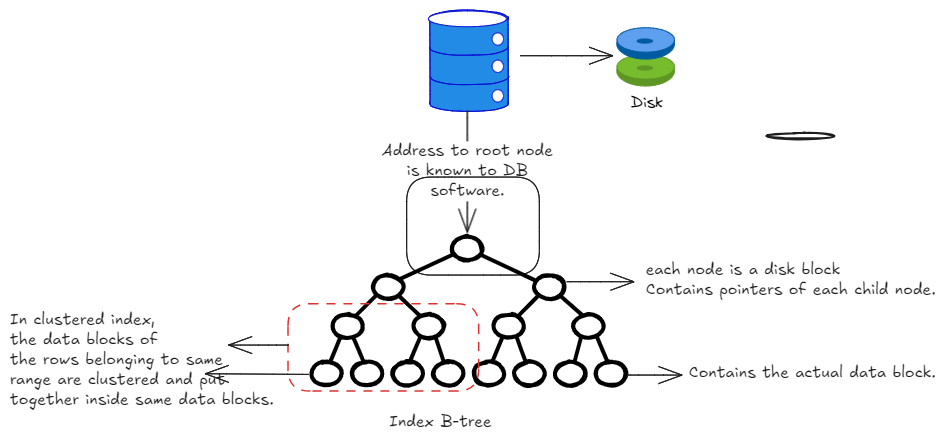
Before: static/img/database-indexes.excalidraw.png, a diagram exported from Excalidraw (swaroopar/inprogress-engineer). Source tidied: one line per element, renumbered; positions are measured from the earlier drawing's top-left corner, leaving out a move shared by most shapes.
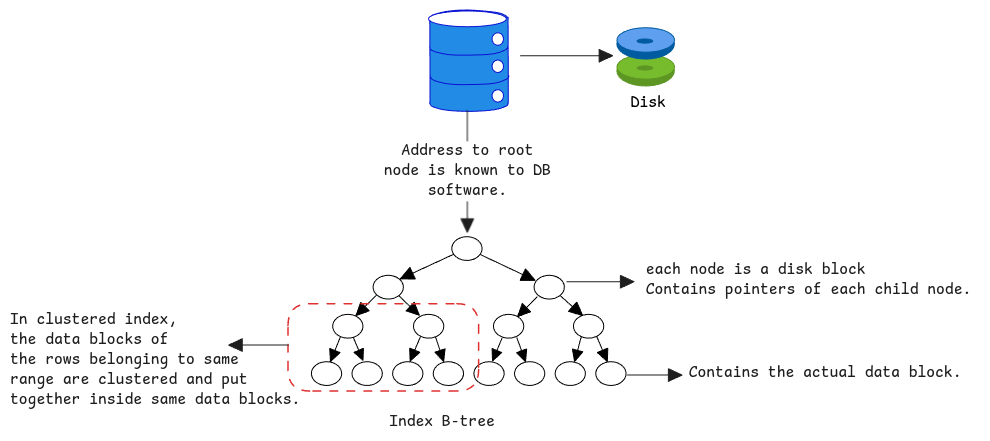
The same file after the commit.

The edit, as a diff of the source:
```diff
@@ -1,6 +1,6 @@
-{"id": 0, "type": "line", "strokeColor": "#0a11d3", "backgroundColor": "#228be6", "fillStyle": "solid", "strokeWidth": 1, "roughness": 0, "round": true, "x": 420, "y": 8, "width": 78, "height": 101, "points": [[0, 0], [0, 77], [0, 85], [4, 89], [18, 92], [42, 93], [64, 92], [77, 88], [78, 85], [78, 78], [78, 6], [78, 0], [73, -4], [62, -6], [38, -8], [19, -7], [3, -3], [0, 0], [0, 0]]}
+{"id": 0, "type": "line", "strokeColor": "#0a11d3", "backgroundColor": "#228be6", "fillStyle": "solid", "strokeWidth": 1, "roughness": 0, "endArrowhead": "triangle", "round": true, "x": 420, "y": 8, "width": 78, "height": 101, "points": [[0, 0], [0, 77], [0, 85], [4, 89], [18, 92], [42, 93], [64, 92], [77, 88], [78, 85], [78, 78], [78, 6], [78, 0], [73, -4], [62, -6], [38, -8], [19, -7], [3, -3], [0, 0], [0, 0]]}
-{"id": 1, "type": "line", "strokeColor": "#0a11d3", "strokeWidth": 1, "roughness": 0, "round": true, "x": 420, "y": 66, "width": 79, "height": 9, "points": [[0, 0], [2, 3], [11, 6], [23, 8], [41, 8], [63, 7], [76, 3], [79, 0]]}
+{"id": 1, "type": "line", "strokeColor": "#0a11d3", "strokeWidth": 1, "roughness": 0, "endArrowhead": "triangle", "round": true, "x": 420, "y": 66, "width": 79, "height": 9, "points": [[0, 0], [2, 3], [11, 6], [23, 8], [41, 8], [63, 7], [76, 3], [79, 0]]}
-{"id": 2, "type": "line", "strokeColor": "#0a11d3", "strokeWidth": 1, "roughness": 0, "round": true, "x": 419, "y": 37, "width": 79, "height": 9, "points": [[0, 0], [2, 3], [11, 6], [23, 8], [41, 8], [63, 7], [76, 3], [79, 0]]}
+{"id": 2, "type": "line", "strokeColor": "#0a11d3", "strokeWidth": 1, "roughness": 0, "endArrowhead": "triangle", "round": true, "x": 419, "y": 37, "width": 79, "height": 9, "points": [[0, 0], [2, 3], [11, 6], [23, 8], [41, 8], [63, 7], [76, 3], [79, 0]]}
 {"id": 3, "type": "ellipse", "strokeColor": "#0a11d3", "backgroundColor": "#fff", "fillStyle": "solid", "strokeWidth": 1, "roughness": 0, "x": 418, "y": 1, "width": 78, "height": 16}
 {"id": 4, "type": "ellipse", "strokeColor": "#0a11d3", "backgroundColor": "#fff", "fillStyle": "solid", "strokeWidth": 1, "roughness": 0, "x": 482, "y": 23, "width": 11, "height": 12}
 {"id": 5, "type": "ellipse", "strokeColor": "#0a11d3", "backgroundColor": "#fff", "fillStyle": "solid", "strokeWidth": 1, "roughness": 0, "x": 482, "y": 50, "width": 11, "height": 12}
@@ -11,44 +11,44 @@
 {"id": 10, "type": "ellipse", "strokeColor": "#005ba1", "backgroundColor": "#005ba1", "fillStyle": "solid", "strokeWidth": 1, "roughness": 0, "round": true, "x": 607, "y": 19, "width": 58, "height": 30}
 {"id": 11, "type": "ellipse", "strokeColor": "#005ba1", "backgroundColor": "#5ea0ef", "fillStyle": "solid", "strokeWidth": 1, "roughness": 0, "round": true, "x": 607, "y": 18, "width": 58, "height": 24}
 {"id": 12, "type": "ellipse", "strokeColor": "#005ba1", "backgroundColor": "#005ba1", "fillStyle": "solid", "strokeWidth": 1, "roughness": 0, "round": true, "x": 627, "y": 29, "width": 16, "height": 4}
-{"id": 13, "type": "text", "text": "Disk", "strokeColor": "#000000", "backgroundColor": "#fff", "fillStyle": "solid", "strokeWidth": 1, "roughness": 0, "fontSize": 16, "fontFamily": 1, "x": 621, "y": 83, "width": 32, "height": 20}
+{"id": 13, "type": "text", "text": "Disk", "strokeColor": "#000000", "backgroundColor": "#fff", "fillStyle": "solid", "strokeWidth": 1, "roughness": 0, "fontSize": 16, "fontFamily": 8, "x": 621, "y": 83, "width": 35, "height": 20}
-{"id": 14, "type": "arrow", "strokeColor": "#1e1e1e", "strokeWidth": 1, "roughness": 0, "endArrowhead": "arrow", "round": true, "x": 510, "y": 46, "width": 92, "height": 0, "points": [[0, 0], [92, 0]]}
+{"id": 14, "type": "arrow", "strokeColor": "#1e1e1e", "strokeWidth": 1, "roughness": 0, "endArrowhead": "triangle", "round": true, "x": 510, "y": 46, "width": 92, "height": 0, "points": [[0, 0], [92, 0]]}
-{"id": 15, "type": "arrow", "strokeColor": "#1e1e1e", "strokeWidth": 1, "roughness": 0, "endArrowhead": "arrow", "round": true, "x": 457, "y": 100, "width": 0, "height": 122, "points": [[0, 0], [0, 122]]}
+{"id": 15, "type": "arrow", "strokeColor": "#1e1e1e", "strokeWidth": 1, "roughness": 0, "endArrowhead": "triangle", "round": true, "x": 457, "y": 100, "width": 0, "height": 122, "points": [[0, 0], [0, 122]]}
-{"id": 16, "type": "text", "text": "Address to root node\nis known to DB\nsoftware.", "strokeColor": "#1e1e1e", "strokeWidth": 1, "roughness": 0, "fontSize": 16, "fontFamily": 5, "textAlign": "center", "verticalAlign": "middle", "inside": 15, "x": 372, "y": 131, "width": 171, "height": 60}
+{"id": 16, "type": "text", "text": "Address to root\nnode is known to DB\nsoftware.", "strokeColor": "#1e1e1e", "strokeWidth": 1, "roughness": 0, "fontSize": 16, "fontFamily": 8, "textAlign": "center", "verticalAlign": "middle", "inside": 15, "x": 374, "y": 131, "width": 167, "height": 60}
-{"id": 17, "type": "ellipse", "strokeColor": "#000000", "strokeWidth": 4, "roughness": 1, "x": 442, "y": 227, "width": 30, "height": 24}
+{"id": 17, "type": "ellipse", "strokeColor": "#000000", "strokeWidth": 1, "roughness": 0, "x": 442, "y": 227, "width": 30, "height": 24}
-{"id": 18, "type": "ellipse", "strokeColor": "#000000", "strokeWidth": 4, "roughness": 1, "x": 363, "y": 265, "width": 30, "height": 24}
+{"id": 18, "type": "ellipse", "strokeColor": "#000000", "strokeWidth": 1, "roughness": 0, "x": 363, "y": 265, "width": 30, "height": 24}
-{"id": 19, "type": "ellipse", "strokeColor": "#000000", "strokeWidth": 4, "roughness": 1, "x": 323, "y": 304, "width": 30, "height": 24}
+{"id": 19, "type": "ellipse", "strokeColor": "#000000", "strokeWidth": 1, "roughness": 0, "x": 323, "y": 304, "width": 30, "height": 24}
-{"id": 20, "type": "ellipse", "strokeColor": "#000000", "strokeWidth": 4, "roughness": 1, "x": 403, "y": 304, "width": 30, "height": 24}
+{"id": 20, "type": "ellipse", "strokeColor": "#000000", "strokeWidth": 1, "roughness": 0, "x": 403, "y": 304, "width": 30, "height": 24}
-{"id": 21, "type": "ellipse", "strokeColor": "#000000", "strokeWidth": 4, "roughness": 1, "x": 524, "y": 265, "width": 30, "height": 24}
+{"id": 21, "type": "ellipse", "strokeColor": "#000000", "strokeWidth": 1, "roughness": 0, "x": 524, "y": 265, "width": 30, "height": 24}
-{"id": 22, "type": "ellipse", "strokeColor": "#000000", "strokeWidth": 4, "roughness": 1, "x": 483, "y": 304, "width": 30, "height": 24}
+{"id": 22, "type": "ellipse", "strokeColor": "#000000", "strokeWidth": 1, "roughness": 0, "x": 483, "y": 304, "width": 30, "height": 24}
-{"id": 23, "type": "ellipse", "strokeColor": "#000000", "strokeWidth": 4, "roughness": 1, "x": 563, "y": 304, "width": 30, "height": 24}
+{"id": 23, "type": "ellipse", "strokeColor": "#000000", "strokeWidth": 1, "roughness": 0, "x": 563, "y": 304, "width": 30, "height": 24}
-{"id": 24, "type": "ellipse", "strokeColor": "#000000", "strokeWidth": 4, "roughness": 1, "x": 301, "y": 352, "width": 30, "height": 24}
+{"id": 24, "type": "ellipse", "strokeColor": "#000000", "strokeWidth": 1, "roughness": 0, "x": 301, "y": 352, "width": 30, "height": 24}
-{"id": 25, "type": "ellipse", "strokeColor": "#000000", "strokeWidth": 4, "roughness": 1, "x": 342, "y": 352, "width": 30, "height": 24}
+{"id": 25, "type": "ellipse", "strokeColor": "#000000", "strokeWidth": 1, "roughness": 0, "x": 342, "y": 352, "width": 30, "height": 24}
-{"id": 26, "type": "ellipse", "strokeColor": "#000000", "strokeWidth": 4, "roughness": 1, "x": 383, "y": 352, "width": 30, "height": 24}
+{"id": 26, "type": "ellipse", "strokeColor": "#000000", "strokeWidth": 1, "roughness": 0, "x": 383, "y": 352, "width": 30, "height": 24}
-{"id": 27, "type": "ellipse", "strokeColor": "#000000", "strokeWidth": 4, "roughness": 1, "x": 423, "y": 352, "width": 30, "height": 24}
+{"id": 27, "type": "ellipse", "strokeColor": "#000000", "strokeWidth": 1, "roughness": 0, "x": 423, "y": 352, "width": 30, "height": 24}
-{"id": 28, "type": "ellipse", "strokeColor": "#000000", "strokeWidth": 4, "roughness": 1, "x": 464, "y": 352, "width": 30, "height": 24}
+{"id": 28, "type": "ellipse", "strokeColor": "#000000", "strokeWidth": 1, "roughness": 0, "x": 464, "y": 352, "width": 30, "height": 24}
-{"id": 29, "type": "ellipse", "strokeColor": "#000000", "strokeWidth": 4, "roughness": 1, "x": 505, "y": 352, "width": 30, "height": 24}
+{"id": 29, "type": "ellipse", "strokeColor": "#000000", "strokeWidth": 1, "roughness": 0, "x": 505, "y": 352, "width": 30, "height": 24}
-{"id": 30, "type": "ellipse", "strokeColor": "#000000", "strokeWidth": 4, "roughness": 1, "x": 545, "y": 352, "width": 30, "height": 24}
+{"id": 30, "type": "ellipse", "strokeColor": "#000000", "strokeWidth": 1, "roughness": 0, "x": 545, "y": 352, "width": 30, "height": 24}
-{"id": 31, "type": "ellipse", "strokeColor": "#000000", "strokeWidth": 4, "roughness": 1, "x": 586, "y": 352, "width": 30, "height": 24}
+{"id": 31, "type": "ellipse", "strokeColor": "#000000", "strokeWidth": 1, "roughness": 0, "x": 586, "y": 352, "width": 30, "height": 24}
-{"id": 32, "type": "arrow", "strokeColor": "#000000", "strokeWidth": 4, "roughness": 0, "round": true, "x": 443, "y": 244, "width": 53, "height": 24, "points": [[0, 0], [-53, 24]]}
+{"id": 32, "type": "arrow", "strokeColor": "#000000", "strokeWidth": 1, "roughness": 0, "endArrowhead": "triangle", "round": true, "x": 443, "y": 244, "width": 53, "height": 24, "points": [[0, 0], [-53, 24]]}
-{"id": 33, "type": "arrow", "strokeColor": "#000000", "strokeWidth": 4, "roughness": 0, "round": true, "x": 471, "y": 245, "width": 54, "height": 26, "points": [[0, 0], [54, 26]]}
+{"id": 33, "type": "arrow", "strokeColor": "#000000", "strokeWidth": 1, "roughness": 0, "endArrowhead": "triangle", "round": true, "x": 471, "y": 245, "width": 54, "height": 26, "points": [[0, 0], [54, 26]]}
-{"id": 34, "type": "arrow", "strokeColor": "#000000", "strokeWidth": 4, "roughness": 0, "round": true, "x": 527, "y": 287, "width": 20, "height": 20, "points": [[0, 0], [-20, 20]]}
+{"id": 34, "type": "arrow", "strokeColor": "#000000", "strokeWidth": 1, "roughness": 0, "endArrowhead": "triangle", "round": true, "x": 527, "y": 287, "width": 20, "height": 20, "points": [[0, 0], [-20, 20]]}
-{"id": 35, "type": "arrow", "strokeColor": "#000000", "strokeWidth": 4, "roughness": 0, "round": true, "x": 551, "y": 286, "width": 22, "height": 20, "points": [[0, 0], [22, 20]]}
+{"id": 35, "type": "arrow", "strokeColor": "#000000", "strokeWidth": 1, "roughness": 0, "endArrowhead": "triangle", "round": true, "x": 551, "y": 286, "width": 22, "height": 20, "points": [[0, 0], [22, 20]]}
-{"id": 36, "type": "arrow", "strokeColor": "#000000", "strokeWidth": 4, "roughness": 0, "round": true, "x": 492, "y": 328, "width": 9, "height": 23, "points": [[0, 0], [-9, 23]]}
+{"id": 36, "type": "arrow", "strokeColor": "#000000", "strokeWidth": 1, "roughness": 0, "endArrowhead": "triangle", "round": true, "x": 492, "y": 328, "width": 9, "height": 23, "points": [[0, 0], [-9, 23]]}
-{"id": 37, "type": "arrow", "strokeColor": "#000000", "strokeWidth": 4, "roughness": 0, "round": true, "x": 507, "y": 328, "width": 9, "height": 24, "points": [[0, 0], [9, 24]]}
+{"id": 37, "type": "arrow", "strokeColor": "#000000", "strokeWidth": 1, "roughness": 0, "endArrowhead": "triangle", "round": true, "x": 507, "y": 328, "width": 9, "height": 24, "points": [[0, 0], [9, 24]]}
-{"id": 38, "type": "arrow", "strokeColor": "#000000", "strokeWidth": 4, "roughness": 0, "round": true, "x": 571, "y": 327, "width": 7, "height": 25, "points": [[0, 0], [-7, 25]]}
+{"id": 38, "type": "arrow", "strokeColor": "#000000", "strokeWidth": 1, "roughness": 0, "endArrowhead": "triangle", "round": true, "x": 571, "y": 327, "width": 7, "height": 25, "points": [[0, 0], [-7, 25]]}
-{"id": 39, "type": "arrow", "strokeColor": "#000000", "strokeWidth": 4, "roughness": 0, "round": true, "x": 587, "y": 327, "width": 11, "height": 25, "points": [[0, 0], [11, 25]]}
+{"id": 39, "type": "arrow", "strokeColor": "#000000", "strokeWidth": 1, "roughness": 0, "endArrowhead": "triangle", "round": true, "x": 587, "y": 327, "width": 11, "height": 25, "points": [[0, 0], [11, 25]]}
-{"id": 40, "type": "arrow", "strokeColor": "#000000", "strokeWidth": 4, "roughness": 0, "round": true, "x": 426, "y": 327, "width": 8, "height": 24, "points": [[0, 0], [8, 24]]}
+{"id": 40, "type": "arrow", "strokeColor": "#000000", "strokeWidth": 1, "roughness": 0, "endArrowhead": "triangle", "round": true, "x": 426, "y": 327, "width": 8, "height": 24, "points": [[0, 0], [8, 24]]}
-{"id": 41, "type": "arrow", "strokeColor": "#000000", "strokeWidth": 4, "roughness": 0, "round": true, "x": 410, "y": 327, "width": 10, "height": 24, "points": [[0, 0], [-10, 24]]}
+{"id": 41, "type": "arrow", "strokeColor": "#000000", "strokeWidth": 1, "roughness": 0, "endArrowhead": "triangle", "round": true, "x": 410, "y": 327, "width": 10, "height": 24, "points": [[0, 0], [-10, 24]]}
-{"id": 42, "type": "arrow", "strokeColor": "#000000", "strokeWidth": 4, "roughness": 0, "round": true, "x": 344, "y": 328, "width": 9, "height": 22, "points": [[0, 0], [9, 22]]}
+{"id": 42, "type": "arrow", "strokeColor": "#000000", "strokeWidth": 1, "roughness": 0, "endArrowhead": "triangle", "round": true, "x": 344, "y": 328, "width": 9, "height": 22, "points": [[0, 0], [9, 22]]}
-{"id": 43, "type": "arrow", "strokeColor": "#000000", "strokeWidth": 4, "roughness": 0, "round": true, "x": 330, "y": 327, "width": 10, "height": 24, "points": [[0, 0], [-10, 24]]}
+{"id": 43, "type": "arrow", "strokeColor": "#000000", "strokeWidth": 1, "roughness": 0, "endArrowhead": "triangle", "round": true, "x": 330, "y": 327, "width": 10, "height": 24, "points": [[0, 0], [-10, 24]]}
-{"id": 44, "type": "arrow", "strokeColor": "#000000", "strokeWidth": 4, "roughness": 0, "round": true, "x": 366, "y": 286, "width": 20, "height": 20, "points": [[0, 0], [-20, 20]]}
+{"id": 44, "type": "arrow", "strokeColor": "#000000", "strokeWidth": 1, "roughness": 0, "endArrowhead": "triangle", "round": true, "x": 366, "y": 286, "width": 20, "height": 20, "points": [[0, 0], [-20, 20]]}
-{"id": 45, "type": "arrow", "strokeColor": "#000000", "strokeWidth": 4, "roughness": 0, "round": true, "x": 389, "y": 286, "width": 20, "height": 19, "points": [[0, 0], [20, 19]]}
+{"id": 45, "type": "arrow", "strokeColor": "#000000", "strokeWidth": 1, "roughness": 0, "endArrowhead": "triangle", "round": true, "x": 389, "y": 286, "width": 20, "height": 19, "points": [[0, 0], [20, 19]]}
-{"id": 46, "type": "text", "text": "Index B-tree", "strokeColor": "#1e1e1e", "strokeWidth": 1, "roughness": 0, "fontSize": 16, "fontFamily": 5, "x": 379, "y": 402, "width": 102, "height": 20}
+{"id": 46, "type": "text", "text": "Index B-tree", "strokeColor": "#1e1e1e", "strokeWidth": 1, "roughness": 0, "fontSize": 16, "fontFamily": 8, "x": 379, "y": 402, "width": 106, "height": 20}
-{"id": 47, "type": "arrow", "strokeColor": "#1e1e1e", "strokeWidth": 1, "roughness": 0, "endArrowhead": "arrow", "round": true, "x": 557, "y": 272, "width": 67, "height": 0, "points": [[0, 0], [67, 0]]}
+{"id": 47, "type": "arrow", "strokeColor": "#1e1e1e", "strokeWidth": 1, "roughness": 0, "endArrowhead": "triangle", "round": true, "x": 557, "y": 272, "width": 67, "height": 0, "points": [[0, 0], [67, 0]]}
-{"id": 48, "type": "text", "text": "each node is a disk block\nContains pointers of each child node. ", "strokeColor": "#1e1e1e", "strokeWidth": 1, "roughness": 0, "fontSize": 16, "fontFamily": 5, "x": 636, "y": 250, "width": 296, "height": 40}
+{"id": 48, "type": "text", "text": "each node is a disk block\nContains pointers of each child node. ", "strokeColor": "#1e1e1e", "strokeWidth": 1, "roughness": 0, "fontSize": 16, "fontFamily": 8, "x": 636, "y": 250, "width": 334, "height": 40}
-{"id": 49, "type": "arrow", "strokeColor": "#1e1e1e", "strokeWidth": 1, "roughness": 0, "endArrowhead": "arrow", "round": true, "x": 617, "y": 365, "width": 55, "height": 0, "points": [[0, 0], [55, 0]]}
+{"id": 49, "type": "arrow", "strokeColor": "#1e1e1e", "strokeWidth": 1, "roughness": 0, "endArrowhead": "triangle", "round": true, "x": 617, "y": 365, "width": 55, "height": 0, "points": [[0, 0], [55, 0]]}
-{"id": 50, "type": "text", "text": "Contains the actual data block.", "strokeColor": "#1e1e1e", "strokeWidth": 1, "roughness": 0, "fontSize": 16, "fontFamily": 5, "x": 679, "y": 353, "width": 247, "height": 20}
+{"id": 50, "type": "text", "text": "Contains the actual data block.", "strokeColor": "#1e1e1e", "strokeWidth": 1, "roughness": 0, "fontSize": 16, "fontFamily": 8, "x": 679, "y": 353, "width": 273, "height": 20}
 {"id": 51, "type": "rectangle", "strokeColor": "#e03131", "strokeWidth": 1, "strokeStyle": "dashed", "roughness": 0, "round": true, "x": 278, "y": 294, "width": 191, "height": 87}
-{"id": 52, "type": "arrow", "strokeColor": "#1e1e1e", "strokeWidth": 1, "roughness": 0, "endArrowhead": "arrow", "round": true, "x": 279, "y": 335, "width": 60, "height": 0, "points": [[0, 0], [-60, 0]]}
+{"id": 52, "type": "arrow", "strokeColor": "#1e1e1e", "strokeWidth": 1, "roughness": 0, "endArrowhead": "triangle", "round": true, "x": 279, "y": 335, "width": 60, "height": 0, "points": [[0, 0], [-60, 0]]}
-{"id": 53, "type": "text", "text": "In clustered index, \nthe data blocks of \nthe rows belonging to same \nrange are clustered and put \ntogether inside same data blocks.", "strokeColor": "#1e1e1e", "strokeWidth": 1, "roughness": 0, "fontSize": 16, "fontFamily": 5, "x": 0, "y": 300, "width": 264, "height": 100}
+{"id": 53, "type": "text", "text": "In clustered index, \nthe data blocks of \nthe rows belonging to same \nrange are clustered and put \ntogether inside same data blocks.", "strokeColor": "#1e1e1e", "strokeWidth": 1, "roughness": 0, "fontSize": 16, "fontFamily": 8, "x": 0, "y": 300, "width": 290, "height": 100}
```
